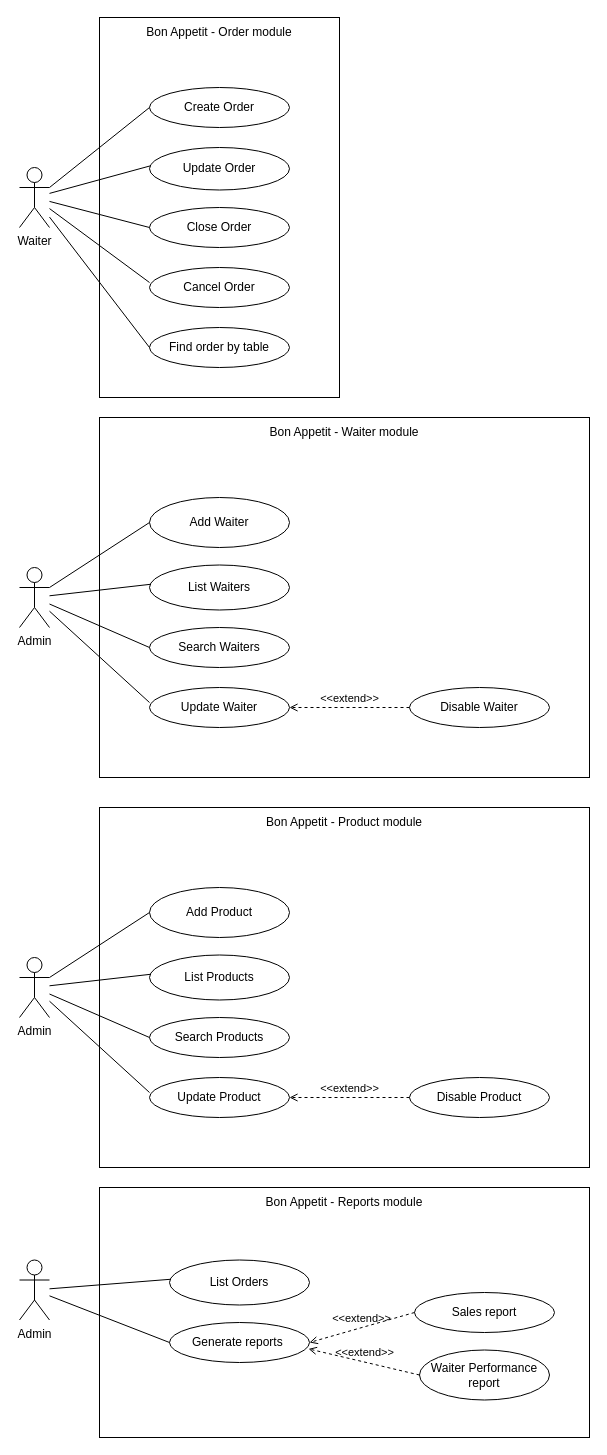
Before: src/main/resources/diagram/use-case-diagram.drawio in prezdev88/bon-appetit-backend, a draw.io diagram. Source tidied: cells renumbered, new cells numbered last; positions are measured from the earlier drawing's top-left corner, leaving out a move shared by most shapes. Both pictures are drawn from the tidied source at 100%, with x=0, y=0 at pixel (19, 17).
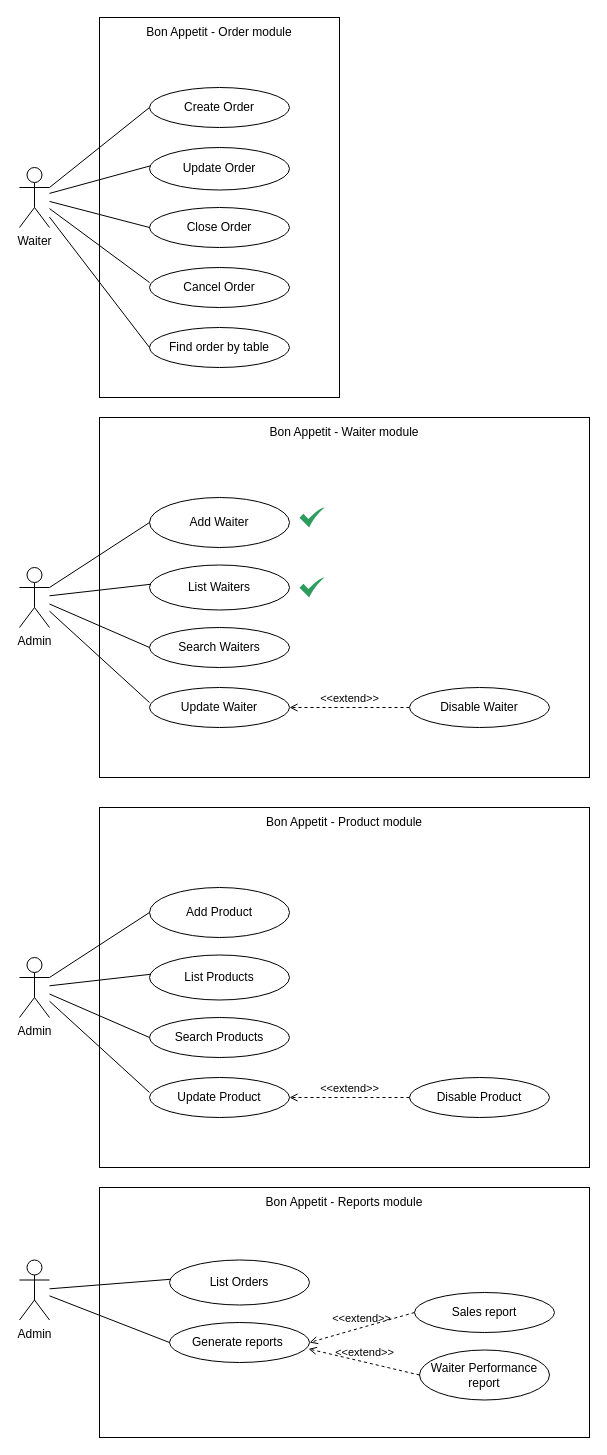
The same diagram, later.

Commit message:
refactor: add check in use case diagram

The edit, as a diff of the source:
```diff
@@
+    <mxCell id="52" style="sketch=0;html=1;strokeColor=none;shadow=0;align=center;fillColor=#2D9C5E;verticalAlign=top;labelPosition=center;verticalLabelPosition=bottom;shape=mxgraph.gcp2.check;" parent="1" vertex="1">
+      <mxGeometry x="280" y="490" width="25" height="20" as="geometry" />
+    </mxCell>
+    <mxCell id="53" style="sketch=0;html=1;strokeColor=none;shadow=0;align=center;fillColor=#2D9C5E;verticalAlign=top;labelPosition=center;verticalLabelPosition=bottom;shape=mxgraph.gcp2.check;" parent="1" vertex="1">
+      <mxGeometry x="280" y="560" width="25" height="20" as="geometry" />
+    </mxCell>
```
